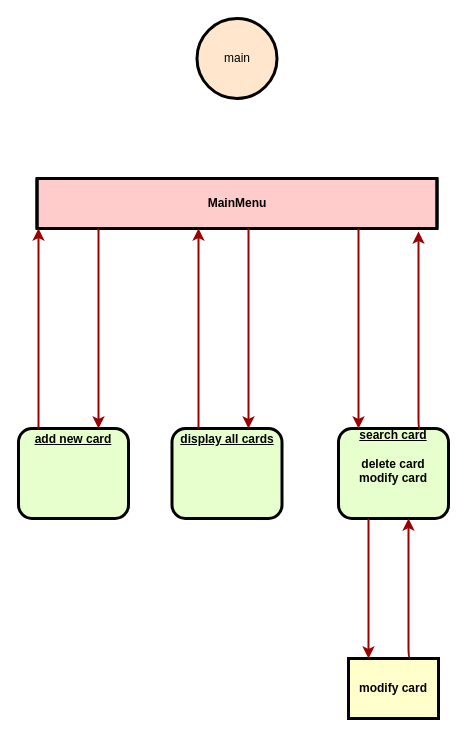
Earlier version of the draw.io diagram Python/DataStructures/nameCardsManager.drawio (lig8/ProgramingBasic). Source tidied: cells renumbered, new cells numbered last; positions are measured from the earlier drawing's top-left corner, leaving out a move shared by most shapes. Both pictures are drawn from the tidied source at 100%, with x=0, y=0 at pixel (18, 18).
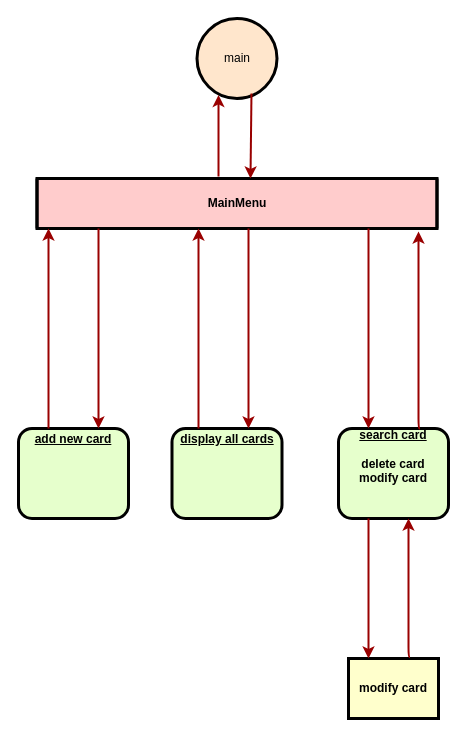
The same page after the edit.

Unchanged cells that the change refers to:
```xml
<mxCell id="2" value="MainMenu" style="shape=process;whiteSpace=wrap;align=center;verticalAlign=middle;size=0;fontStyle=1;strokeWidth=3;fillColor=#FFCCCC;" parent="1" vertex="1">
  <mxGeometry x="18.5" y="160" width="400" height="50" as="geometry" />
</mxCell>
<mxCell id="3" value="&lt;u&gt;search card&lt;/u&gt;&lt;br&gt;&lt;br&gt;delete card&lt;br&gt;modify card" style="verticalAlign=middle;align=center;overflow=fill;fontSize=12;fontFamily=Helvetica;html=1;rounded=1;fontStyle=1;strokeWidth=3;fillColor=#E6FFCC;" parent="1" vertex="1">
  <mxGeometry x="320" y="410" width="110" height="90" as="geometry" />
</mxCell>
<mxCell id="4" value="&lt;p style=&quot;margin: 0px ; margin-top: 4px ; text-align: center ; text-decoration: underline&quot;&gt;add new card&lt;/p&gt;" style="verticalAlign=middle;align=center;overflow=fill;fontSize=12;fontFamily=Helvetica;html=1;rounded=1;fontStyle=1;strokeWidth=3;fillColor=#E6FFCC;" parent="1" vertex="1">
  <mxGeometry y="410" width="110" height="90" as="geometry" />
</mxCell>
<mxCell id="6" value="&lt;p style=&quot;margin: 0px ; margin-top: 4px ; text-align: center ; text-decoration: underline&quot;&gt;display all cards&lt;/p&gt;" style="verticalAlign=middle;align=center;overflow=fill;fontSize=12;fontFamily=Helvetica;html=1;rounded=1;fontStyle=1;strokeWidth=3;fillColor=#E6FFCC;" parent="1" vertex="1">
  <mxGeometry x="153.5" y="410" width="110" height="90" as="geometry" />
</mxCell>
<mxCell id="15" value="main" style="ellipse;whiteSpace=wrap;html=1;fillColor=#ffe6cc;strokeColor=default;strokeWidth=3;" parent="1" vertex="1">
  <mxGeometry x="178.5" width="80" height="80" as="geometry" />
</mxCell>
```

Change to the diagram source:
```diff
@@
     <mxCell id="7" style="edgeStyle=elbowEdgeStyle;elbow=horizontal;strokeColor=#990000;strokeWidth=2;" parent="1" edge="1" source="2" target="3">
       <mxGeometry relative="1" as="geometry">
         <Array as="points">
+          <mxPoint x="350" y="340" />
           <mxPoint x="340" y="290" />
           <mxPoint x="340" y="300" />
           <mxPoint x="380" y="550" />
         </Array>
       </mxGeometry>
     </mxCell>
@@
     <mxCell id="9" style="edgeStyle=elbowEdgeStyle;elbow=horizontal;strokeColor=#990000;strokeWidth=2;" parent="1" edge="1" source="6" target="2">
       <mxGeometry relative="1" as="geometry">
         <Array as="points">
+          <mxPoint x="180" y="270" />
           <mxPoint x="180" y="305" />
         </Array>
       </mxGeometry>
     </mxCell>
@@
     <mxCell id="11" style="edgeStyle=elbowEdgeStyle;elbow=horizontal;strokeColor=#990000;strokeWidth=2;" parent="1" edge="1" source="4" target="2">
       <mxGeometry relative="1" as="geometry">
         <Array as="points">
+          <mxPoint x="30" y="340" />
+          <mxPoint x="30" y="290" />
           <mxPoint x="20" y="350" />
           <mxPoint x="50" y="540" />
         </Array>
       </mxGeometry>
     </mxCell>
@@
+    <mxCell id="16" style="edgeStyle=elbowEdgeStyle;elbow=horizontal;strokeColor=#990000;strokeWidth=2;entryX=0.269;entryY=0.956;entryDx=0;entryDy=0;entryPerimeter=0;" parent="1" edge="1" target="15">
+      <mxGeometry relative="1" as="geometry">
+        <mxPoint x="200" y="158" as="sourcePoint" />
+        <Array as="points">
+          <mxPoint x="200" y="120" />
+          <mxPoint x="190" y="120" />
+          <mxPoint x="190" y="110" />
+          <mxPoint x="190" y="40" />
+          <mxPoint x="180" y="100" />
+          <mxPoint x="210" y="290" />
+        </Array>
+      </mxGeometry>
+    </mxCell>
+    <mxCell id="17" style="edgeStyle=elbowEdgeStyle;elbow=horizontal;strokeColor=#990000;strokeWidth=2;exitX=0.681;exitY=0.938;exitDx=0;exitDy=0;exitPerimeter=0;" parent="1" edge="1" source="15">
+      <mxGeometry relative="1" as="geometry">
+        <mxPoint x="232" y="160" as="targetPoint" />
+        <Array as="points">
+          <mxPoint x="232" y="110" />
+          <mxPoint x="232" y="120" />
+          <mxPoint x="232" y="120" />
+        </Array>
+      </mxGeometry>
+    </mxCell>
```
